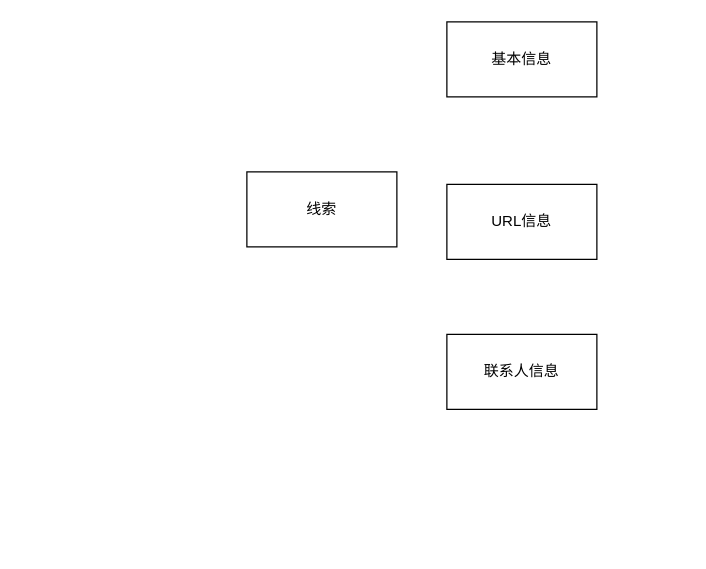
This is Untitled Diagram.drawio from YueHong-code/iterm2-zmodem, a draw.io file, before an edit. Source tidied: cells renumbered, new cells numbered last; positions are measured from the earlier drawing's top-left corner, leaving out a move shared by most shapes. Both pictures are drawn from the tidied source at 125%, with x=0, y=0 at pixel (246, 21).
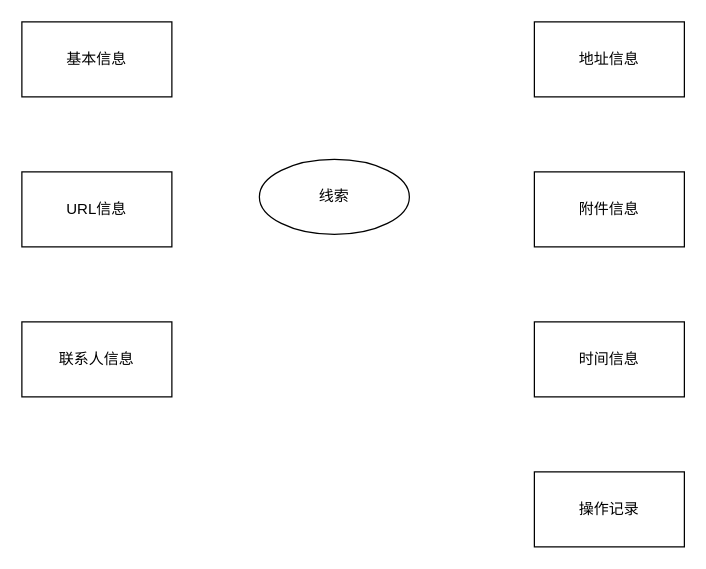
Above is the later version.

Diff of the diagram source:
```diff
@@
 <mxGraphModel>
   <root>
     <mxCell id="0" />
     <mxCell id="1" parent="0" />
-    <mxCell id="2" value="线索" style="whiteSpace=wrap;html=1;" parent="1" vertex="1">
-      <mxGeometry y="120" width="120" height="60" as="geometry" />
-    </mxCell>
     <mxCell id="3" value="基本信息" style="whiteSpace=wrap;html=1;" parent="1" vertex="1">
-      <mxGeometry x="160" width="120" height="60" as="geometry" />
+      <mxGeometry x="-180" width="120" height="60" as="geometry" />
     </mxCell>
     <mxCell id="4" value="&lt;p class=&quot;mp-paragraph-wrapper&quot; style=&quot;text-align: left ; padding-left: 0px&quot;&gt;URL信息&lt;/p&gt;" style="whiteSpace=wrap;html=1;" parent="1" vertex="1">
-      <mxGeometry x="160" y="130" width="120" height="60" as="geometry" />
+      <mxGeometry x="-180" y="120" width="120" height="60" as="geometry" />
     </mxCell>
     <mxCell id="5" value="&lt;p class=&quot;mp-paragraph-wrapper&quot; style=&quot;text-align: left ; padding-left: 0px&quot;&gt;联系人信息&lt;/p&gt;" style="whiteSpace=wrap;html=1;" parent="1" vertex="1">
-      <mxGeometry x="160" y="250" width="120" height="60" as="geometry" />
+      <mxGeometry x="-180" y="240" width="120" height="60" as="geometry" />
     </mxCell>
+    <mxCell id="6" value="&lt;p class=&quot;mp-paragraph-wrapper&quot; style=&quot;text-align: left ; padding-left: 0px&quot;&gt;地址信息&lt;/p&gt;" style="whiteSpace=wrap;html=1;" parent="1" vertex="1">
+      <mxGeometry x="230" width="120" height="60" as="geometry" />
+    </mxCell>
+    <mxCell id="7" value="&lt;p class=&quot;mp-paragraph-wrapper&quot; style=&quot;text-align: left ; padding-left: 0px&quot;&gt;附件信息&lt;/p&gt;" style="whiteSpace=wrap;html=1;" parent="1" vertex="1">
+      <mxGeometry x="230" y="120" width="120" height="60" as="geometry" />
+    </mxCell>
+    <mxCell id="8" value="&lt;p class=&quot;mp-paragraph-wrapper&quot; style=&quot;text-align: left ; padding-left: 0px&quot;&gt;时间信息&lt;/p&gt;" style="whiteSpace=wrap;html=1;" parent="1" vertex="1">
+      <mxGeometry x="230" y="240" width="120" height="60" as="geometry" />
+    </mxCell>
+    <mxCell id="2" value="&lt;span&gt;线索&lt;/span&gt;" style="ellipse;whiteSpace=wrap;html=1;" parent="1" vertex="1">
+      <mxGeometry x="10" y="110" width="120" height="60" as="geometry" />
+    </mxCell>
+    <mxCell id="9" value="操作记录" style="whiteSpace=wrap;html=1;" parent="1" vertex="1">
+      <mxGeometry x="230" y="360" width="120" height="60" as="geometry" />
+    </mxCell>
   </root>
 </mxGraphModel>
```
